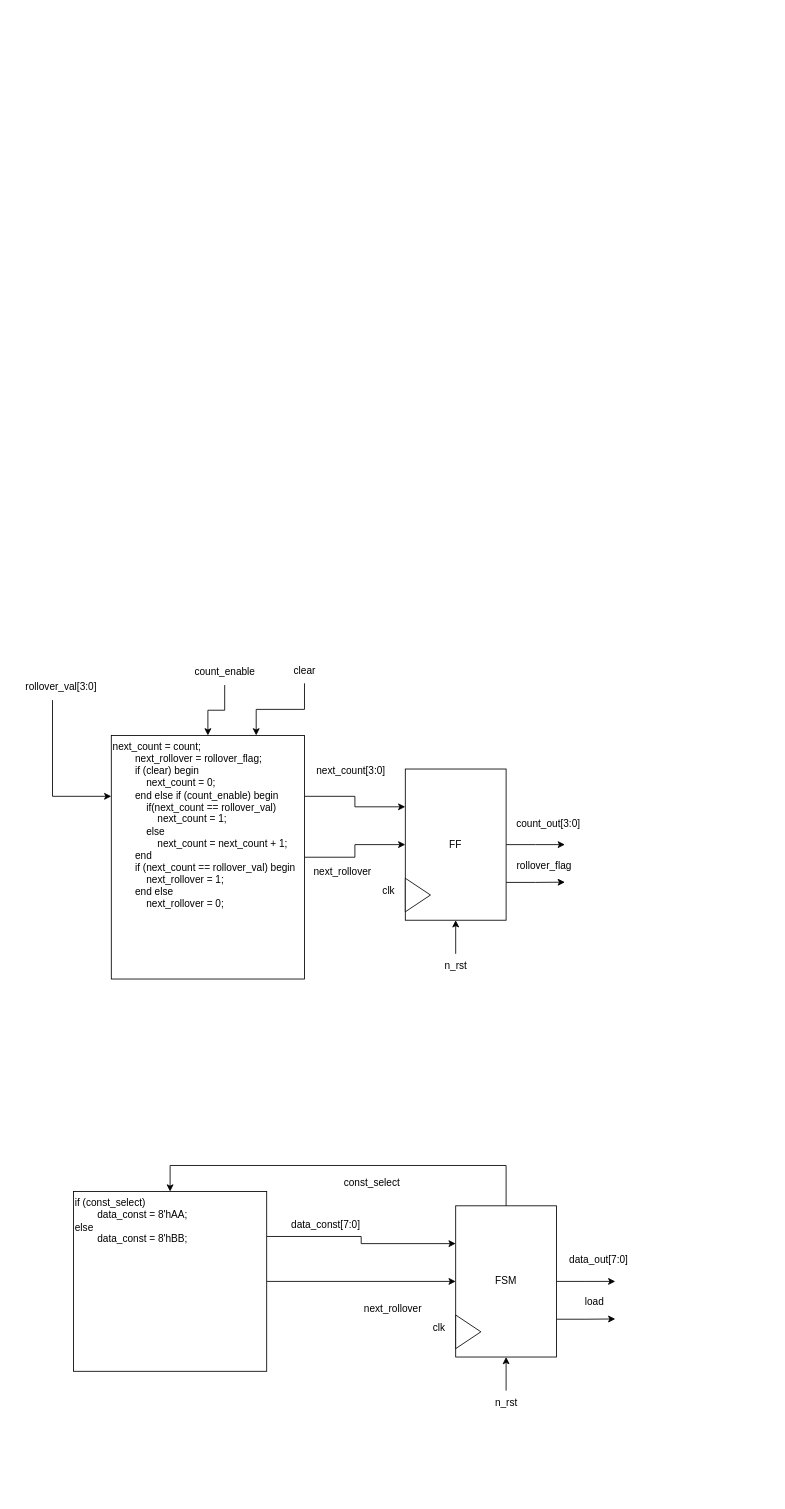
Earlier version of the draw.io diagram Lab5.drawio (Charvles/ECE337). Source tidied: cells renumbered, new cells numbered last; positions are measured from the earlier drawing's top-left corner, leaving out a move shared by most shapes. Both pictures are drawn from the tidied source at 84%, with x=0, y=0 at pixel (14, 658).
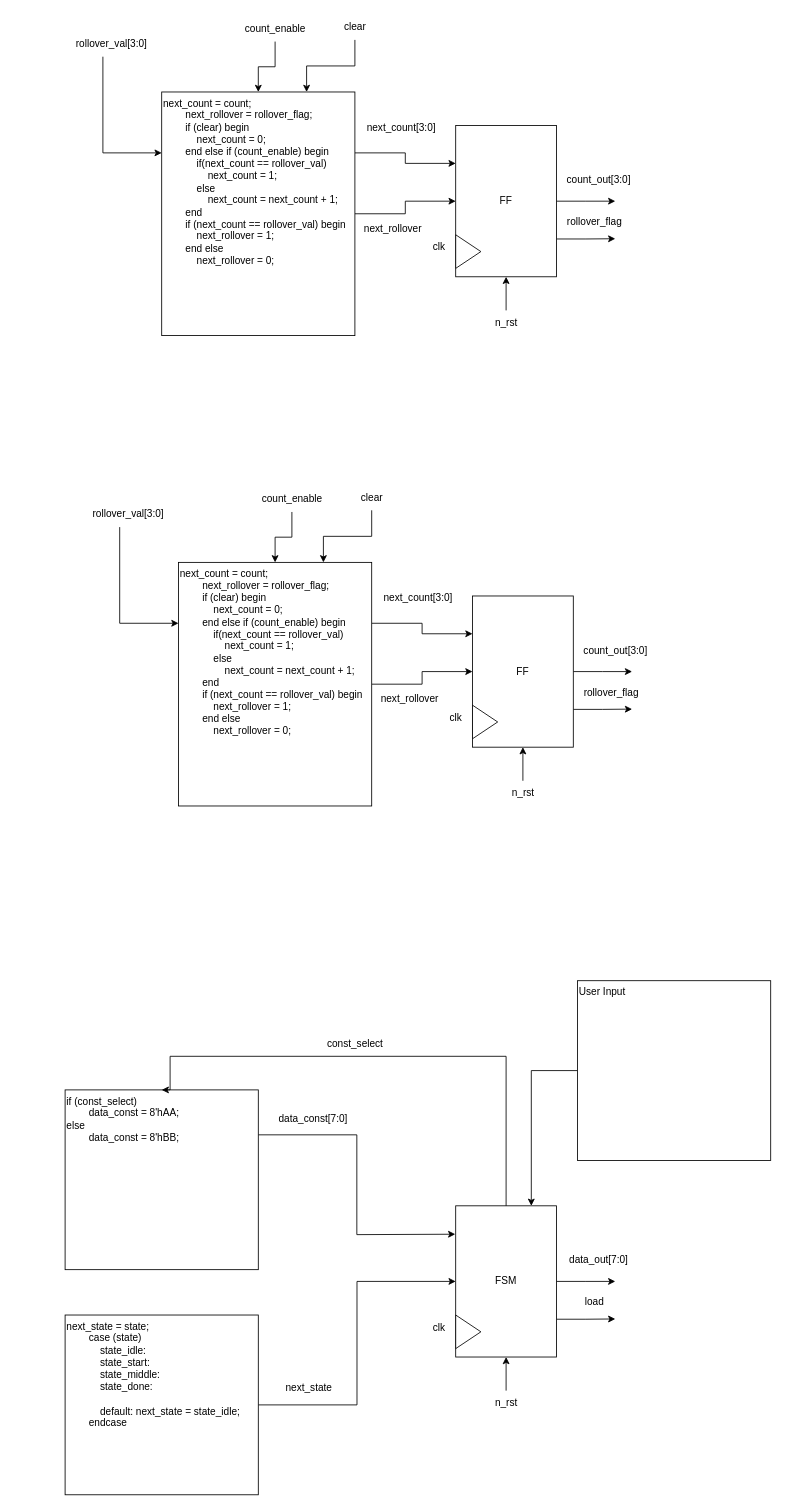
The same page after the edit.

Unchanged cells that the change refers to:
```xml
<mxCell id="30" value="FSM" style="rounded=0;whiteSpace=wrap;html=1;" parent="27" vertex="1">
  <mxGeometry width="120" height="180" as="geometry" />
</mxCell>
```

Change to the diagram source:
```diff
@@
     <mxCell id="2" style="group;" parent="1" vertex="1">
-      <mxGeometry width="685" height="382" as="geometry" />
+      <mxGeometry x="80" y="-206" width="685" height="382" as="geometry" />
     </mxCell>
@@
-    <mxCell id="24" style="edgeStyle=orthogonalEdgeStyle;rounded=0;jettySize=auto;html=1;entryX=0;entryY=0.25;entryDx=0;entryDy=0;exitX=1;exitY=0.25;exitDx=0;exitDy=0;" parent="1" edge="1" source="26" target="30">
-      <mxGeometry relative="1" as="geometry" />
+    <mxCell id="24" style="edgeStyle=orthogonalEdgeStyle;rounded=0;jettySize=auto;html=1;entryX=0;entryY=0.25;entryDx=0;entryDy=0;exitX=1;exitY=0.25;exitDx=0;exitDy=0;" parent="1" edge="1" source="26">
+      <mxGeometry relative="1" as="geometry">
+        <mxPoint x="524.5" y="685.8" as="targetPoint" />
+      </mxGeometry>
     </mxCell>
-    <mxCell id="25" style="edgeStyle=orthogonalEdgeStyle;rounded=0;jettySize=auto;html=1;exitX=1;exitY=0.5;exitDx=0;exitDy=0;entryX=0;entryY=0.5;entryDx=0;entryDy=0;" parent="1" edge="1" source="26" target="30">
-      <mxGeometry relative="1" as="geometry" />
-    </mxCell>
     <mxCell id="26" value="&lt;div&gt;if (const_select)&lt;/div&gt;&lt;div&gt;&lt;span style=&quot;white-space: pre;&quot;&gt;&#9;&lt;/span&gt;data_const = 8'hAA;&lt;br&gt;&lt;/div&gt;&lt;div&gt;else&lt;/div&gt;&lt;div&gt;&lt;span style=&quot;white-space: pre;&quot;&gt;&#9;&lt;/span&gt;data_const = 8'hBB;&lt;br&gt;&lt;/div&gt;" style="rounded=0;whiteSpace=wrap;html=1;align=left;verticalAlign=top;" parent="1" vertex="1">
-      <mxGeometry x="70" y="635" width="230" height="214" as="geometry" />
+      <mxGeometry x="60" y="514" width="230" height="214" as="geometry" />
     </mxCell>
@@
     <mxCell id="33" value="data_const[7:0]" style="text;html=1;align=center;verticalAlign=middle;strokeColor=none;fillColor=none;" parent="1" vertex="1">
-      <mxGeometry x="315" y="660" width="110" height="30" as="geometry" />
+      <mxGeometry x="300" y="534" width="110" height="30" as="geometry" />
     </mxCell>
@@
-    <mxCell id="38" value="next_rollover" style="text;html=1;align=center;verticalAlign=middle;strokeColor=none;fillColor=none;" parent="1" vertex="1">
-      <mxGeometry x="405" y="760" width="90" height="30" as="geometry" />
-    </mxCell>
     <mxCell id="39" style="edgeStyle=orthogonalEdgeStyle;rounded=0;jettySize=auto;html=1;entryX=0.5;entryY=0;entryDx=0;entryDy=0;" parent="1" edge="1" source="30" target="26">
       <mxGeometry relative="1" as="geometry">
         <Array as="points">
-          <mxPoint x="585" y="604" />
-          <mxPoint x="185" y="604" />
+          <mxPoint x="585" y="474" />
+          <mxPoint x="185" y="474" />
+          <mxPoint x="185" y="514" />
         </Array>
       </mxGeometry>
     </mxCell>
     <mxCell id="40" value="const_select" style="text;html=1;align=center;verticalAlign=middle;strokeColor=none;fillColor=none;" parent="1" vertex="1">
-      <mxGeometry x="380" y="610" width="90" height="30" as="geometry" />
+      <mxGeometry x="360" y="444" width="90" height="30" as="geometry" />
     </mxCell>
+    <mxCell id="41" style="edgeStyle=orthogonalEdgeStyle;rounded=0;jettySize=auto;html=1;entryX=0.75;entryY=0;entryDx=0;entryDy=0;" parent="1" edge="1" source="42" target="30">
+      <mxGeometry relative="1" as="geometry" />
+    </mxCell>
+    <mxCell id="42" value="User Input" style="rounded=0;whiteSpace=wrap;html=1;align=left;verticalAlign=top;" parent="1" vertex="1">
+      <mxGeometry x="670" y="384" width="230" height="214" as="geometry" />
+    </mxCell>
+    <mxCell id="43" style="edgeStyle=orthogonalEdgeStyle;rounded=0;jettySize=auto;html=1;entryX=0;entryY=0.5;entryDx=0;entryDy=0;" parent="1" edge="1" source="44" target="30">
+      <mxGeometry relative="1" as="geometry" />
+    </mxCell>
+    <mxCell id="44" value="next_state = state;&lt;br&gt;&amp;nbsp;&amp;nbsp;&amp;nbsp;&amp;nbsp;&amp;nbsp;&amp;nbsp;&amp;nbsp; case (state)&lt;br&gt;&amp;nbsp;&amp;nbsp;&amp;nbsp;&amp;nbsp;&amp;nbsp;&amp;nbsp;&amp;nbsp;&amp;nbsp;&amp;nbsp;&amp;nbsp;&amp;nbsp; state_idle:&lt;br&gt;&amp;nbsp;&amp;nbsp;&amp;nbsp;&amp;nbsp;&amp;nbsp;&amp;nbsp;&amp;nbsp;&amp;nbsp;&amp;nbsp;&amp;nbsp;&amp;nbsp; state_start:&lt;br&gt;&amp;nbsp;&amp;nbsp;&amp;nbsp;&amp;nbsp;&amp;nbsp;&amp;nbsp;&amp;nbsp;&amp;nbsp;&amp;nbsp;&amp;nbsp;&amp;nbsp; state_middle:&lt;br&gt;&amp;nbsp;&amp;nbsp;&amp;nbsp;&amp;nbsp;&amp;nbsp;&amp;nbsp;&amp;nbsp;&amp;nbsp;&amp;nbsp;&amp;nbsp;&amp;nbsp; state_done:&lt;br&gt;&lt;br&gt;&amp;nbsp;&amp;nbsp;&amp;nbsp;&amp;nbsp;&amp;nbsp;&amp;nbsp;&amp;nbsp;&amp;nbsp;&amp;nbsp;&amp;nbsp;&amp;nbsp; default: next_state = state_idle; &lt;br&gt;&amp;nbsp;&amp;nbsp;&amp;nbsp;&amp;nbsp;&amp;nbsp;&amp;nbsp;&amp;nbsp; endcase" style="rounded=0;whiteSpace=wrap;html=1;align=left;verticalAlign=top;" parent="1" vertex="1">
+      <mxGeometry x="60" y="782" width="230" height="214" as="geometry" />
+    </mxCell>
+    <mxCell id="45" value="next_state" style="text;html=1;align=center;verticalAlign=middle;strokeColor=none;fillColor=none;" parent="1" vertex="1">
+      <mxGeometry x="310" y="854" width="80" height="30" as="geometry" />
+    </mxCell>
+    <mxCell id="46" style="group;" parent="1" vertex="1">
+      <mxGeometry x="60" y="-766" width="685" height="382" as="geometry" />
+    </mxCell>
+    <mxCell id="47" style="edgeStyle=orthogonalEdgeStyle;rounded=0;jettySize=auto;html=1;entryX=0;entryY=0.25;entryDx=0;entryDy=0;exitX=1;exitY=0.25;exitDx=0;exitDy=0;" parent="46" edge="1" source="49" target="53">
+      <mxGeometry relative="1" as="geometry" />
+    </mxCell>
+    <mxCell id="48" style="edgeStyle=orthogonalEdgeStyle;rounded=0;jettySize=auto;html=1;exitX=1;exitY=0.5;exitDx=0;exitDy=0;entryX=0;entryY=0.5;entryDx=0;entryDy=0;" parent="46" edge="1" source="49" target="53">
+      <mxGeometry relative="1" as="geometry" />
+    </mxCell>
+    <mxCell id="49" value="&lt;div&gt;next_count = count;&lt;/div&gt;&lt;div&gt;&amp;nbsp; &amp;nbsp; &amp;nbsp; &amp;nbsp; next_rollover = rollover_flag;&lt;/div&gt;&lt;div&gt;&amp;nbsp; &amp;nbsp; &amp;nbsp; &amp;nbsp; if (clear) begin&lt;/div&gt;&lt;div&gt;&amp;nbsp; &amp;nbsp; &amp;nbsp; &amp;nbsp; &amp;nbsp; &amp;nbsp; next_count = 0;&lt;/div&gt;&lt;div&gt;&amp;nbsp; &amp;nbsp; &amp;nbsp; &amp;nbsp; end else if (count_enable) begin&lt;/div&gt;&lt;div&gt;&amp;nbsp; &amp;nbsp; &amp;nbsp; &amp;nbsp; &amp;nbsp; &amp;nbsp; if(next_count == rollover_val)&lt;/div&gt;&lt;div&gt;&amp;nbsp; &amp;nbsp; &amp;nbsp; &amp;nbsp; &amp;nbsp; &amp;nbsp; &amp;nbsp; &amp;nbsp; next_count = 1;&amp;nbsp;&lt;/div&gt;&lt;div&gt;&amp;nbsp; &amp;nbsp; &amp;nbsp; &amp;nbsp; &amp;nbsp; &amp;nbsp; else&amp;nbsp;&lt;/div&gt;&lt;div&gt;&amp;nbsp; &amp;nbsp; &amp;nbsp; &amp;nbsp; &amp;nbsp; &amp;nbsp; &amp;nbsp; &amp;nbsp; next_count = next_count + 1;&lt;/div&gt;&lt;div&gt;&amp;nbsp; &amp;nbsp; &amp;nbsp; &amp;nbsp; end&lt;/div&gt;&lt;div&gt;&amp;nbsp; &amp;nbsp; &amp;nbsp; &amp;nbsp; if (next_count == rollover_val) begin&lt;/div&gt;&lt;div&gt;&amp;nbsp; &amp;nbsp; &amp;nbsp; &amp;nbsp; &amp;nbsp; &amp;nbsp; next_rollover = 1;&lt;/div&gt;&lt;div&gt;&amp;nbsp; &amp;nbsp; &amp;nbsp; &amp;nbsp; end else&lt;/div&gt;&lt;div&gt;&amp;nbsp; &amp;nbsp; &amp;nbsp; &amp;nbsp; &amp;nbsp; &amp;nbsp; next_rollover = 0;&lt;/div&gt;" style="rounded=0;whiteSpace=wrap;html=1;align=left;verticalAlign=top;" parent="46" vertex="1">
+      <mxGeometry x="115" y="92" width="230" height="290" as="geometry" />
+    </mxCell>
+    <mxCell id="50" style="group;" parent="46" vertex="1">
+      <mxGeometry x="465" y="132" width="120" height="180" as="geometry" />
+    </mxCell>
+    <mxCell id="51" style="edgeStyle=orthogonalEdgeStyle;rounded=0;jettySize=auto;html=1;" parent="50" edge="1" source="53">
+      <mxGeometry relative="1" as="geometry">
+        <mxPoint x="190" y="90" as="targetPoint" />
+      </mxGeometry>
+    </mxCell>
+    <mxCell id="52" style="edgeStyle=orthogonalEdgeStyle;rounded=0;jettySize=auto;html=1;exitX=1;exitY=0.75;exitDx=0;exitDy=0;" parent="50" edge="1" source="53">
+      <mxGeometry relative="1" as="geometry">
+        <mxPoint x="190" y="134.7" as="targetPoint" />
+      </mxGeometry>
+    </mxCell>
+    <mxCell id="53" value="FF" style="rounded=0;whiteSpace=wrap;html=1;" parent="50" vertex="1">
+      <mxGeometry width="120" height="180" as="geometry" />
+    </mxCell>
+    <mxCell id="54" style="triangle;whiteSpace=wrap;html=1;" parent="50" vertex="1">
+      <mxGeometry y="130" width="30" height="40" as="geometry" />
+    </mxCell>
+    <mxCell id="55" value="count_out[3:0]" style="text;html=1;align=center;verticalAlign=middle;strokeColor=none;fillColor=none;" parent="46" vertex="1">
+      <mxGeometry x="585" y="182" width="100" height="30" as="geometry" />
+    </mxCell>
+    <mxCell id="56" value="next_count[3:0]" style="text;html=1;align=center;verticalAlign=middle;strokeColor=none;fillColor=none;" parent="46" vertex="1">
+      <mxGeometry x="345" y="120" width="110" height="30" as="geometry" />
+    </mxCell>
+    <mxCell id="57" value="clk" style="text;html=1;align=center;verticalAlign=middle;strokeColor=none;fillColor=none;" parent="46" vertex="1">
+      <mxGeometry x="425" y="262" width="40" height="30" as="geometry" />
+    </mxCell>
+    <mxCell id="58" style="edgeStyle=orthogonalEdgeStyle;rounded=0;jettySize=auto;html=1;entryX=0.5;entryY=1;entryDx=0;entryDy=0;" parent="46" edge="1" source="59" target="53">
+      <mxGeometry relative="1" as="geometry" />
+    </mxCell>
+    <mxCell id="59" value="n_rst" style="text;html=1;align=center;verticalAlign=middle;points=[];strokeColor=none;fillColor=none;" parent="46" vertex="1">
+      <mxGeometry x="500" y="352" width="50" height="30" as="geometry" />
+    </mxCell>
+    <mxCell id="60" value="rollover_flag" style="text;html=1;align=center;verticalAlign=middle;strokeColor=none;fillColor=none;" parent="46" vertex="1">
+      <mxGeometry x="585" y="232" width="90" height="30" as="geometry" />
+    </mxCell>
+    <mxCell id="61" style="edgeStyle=orthogonalEdgeStyle;rounded=0;jettySize=auto;html=1;entryX=0.5;entryY=0;entryDx=0;entryDy=0;" parent="46" edge="1" source="62" target="49">
+      <mxGeometry relative="1" as="geometry" />
+    </mxCell>
+    <mxCell id="62" value="count_enable" style="text;html=1;align=center;verticalAlign=middle;points=[];strokeColor=none;fillColor=none;" parent="46" vertex="1">
+      <mxGeometry x="200" y="2" width="100" height="30" as="geometry" />
+    </mxCell>
+    <mxCell id="63" style="edgeStyle=orthogonalEdgeStyle;rounded=0;jettySize=auto;html=1;entryX=0.75;entryY=0;entryDx=0;entryDy=0;" parent="46" edge="1" source="64" target="49">
+      <mxGeometry relative="1" as="geometry" />
+    </mxCell>
+    <mxCell id="64" value="clear" style="text;html=1;align=center;verticalAlign=middle;points=[];strokeColor=none;fillColor=none;" parent="46" vertex="1">
+      <mxGeometry x="320" width="50" height="30" as="geometry" />
+    </mxCell>
+    <mxCell id="65" style="edgeStyle=orthogonalEdgeStyle;rounded=0;jettySize=auto;html=1;entryX=0;entryY=0.25;entryDx=0;entryDy=0;" parent="46" edge="1" source="66" target="49">
+      <mxGeometry relative="1" as="geometry">
+        <Array as="points">
+          <mxPoint x="45" y="165" />
+        </Array>
+      </mxGeometry>
+    </mxCell>
+    <mxCell id="66" value="rollover_val[3:0]" style="text;html=1;align=center;verticalAlign=middle;points=[];strokeColor=none;fillColor=none;" parent="46" vertex="1">
+      <mxGeometry y="20" width="110" height="30" as="geometry" />
+    </mxCell>
+    <mxCell id="38" value="next_rollover" style="text;html=1;align=center;verticalAlign=middle;strokeColor=none;fillColor=none;" parent="46" vertex="1">
+      <mxGeometry x="345" y="240" width="90" height="30" as="geometry" />
+    </mxCell>
```
